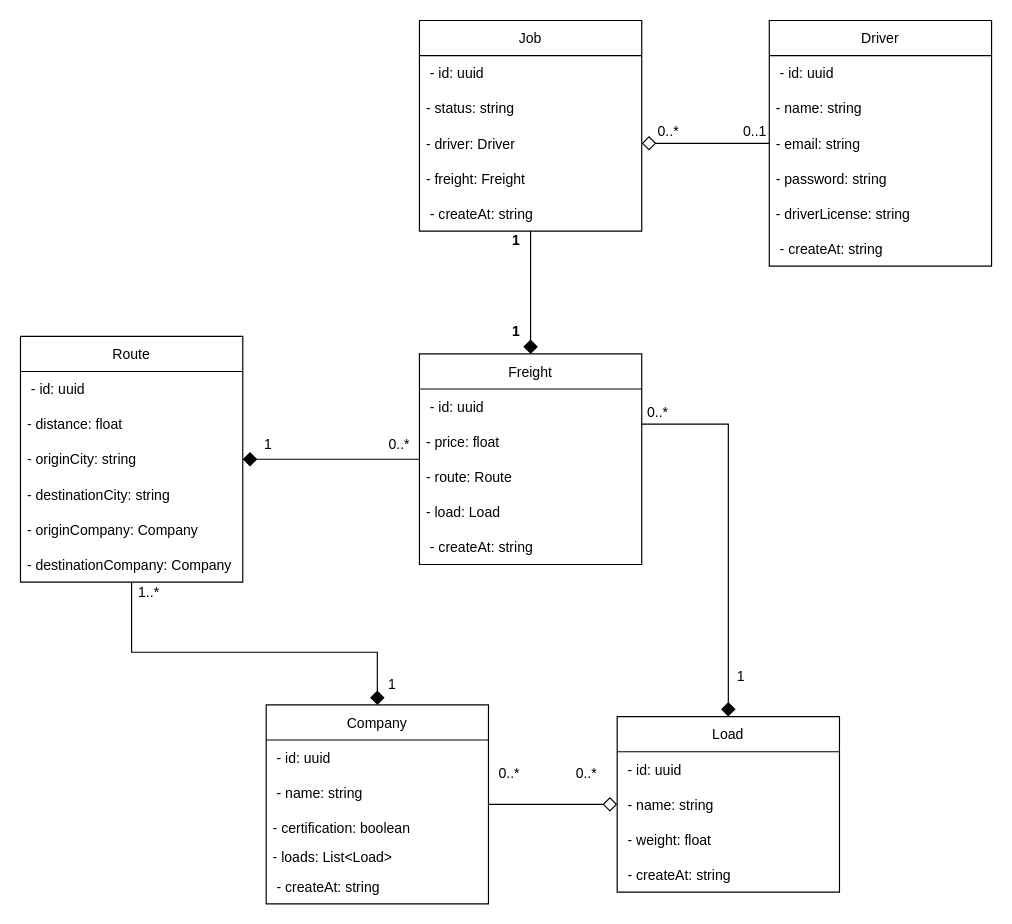
rafaelomodei/meufrete keeps this draw.io diagram as diagramaDeClasse-TecnologiaEmDesenvolvimentoDeSistemas.drawio. Above is the earlier version. Source tidied: cells renumbered, new cells numbered last; positions are measured from the earlier drawing's top-left corner, leaving out a move shared by most shapes. Both pictures are drawn from the tidied source at 117%, with x=0, y=0 at pixel (20, 20).
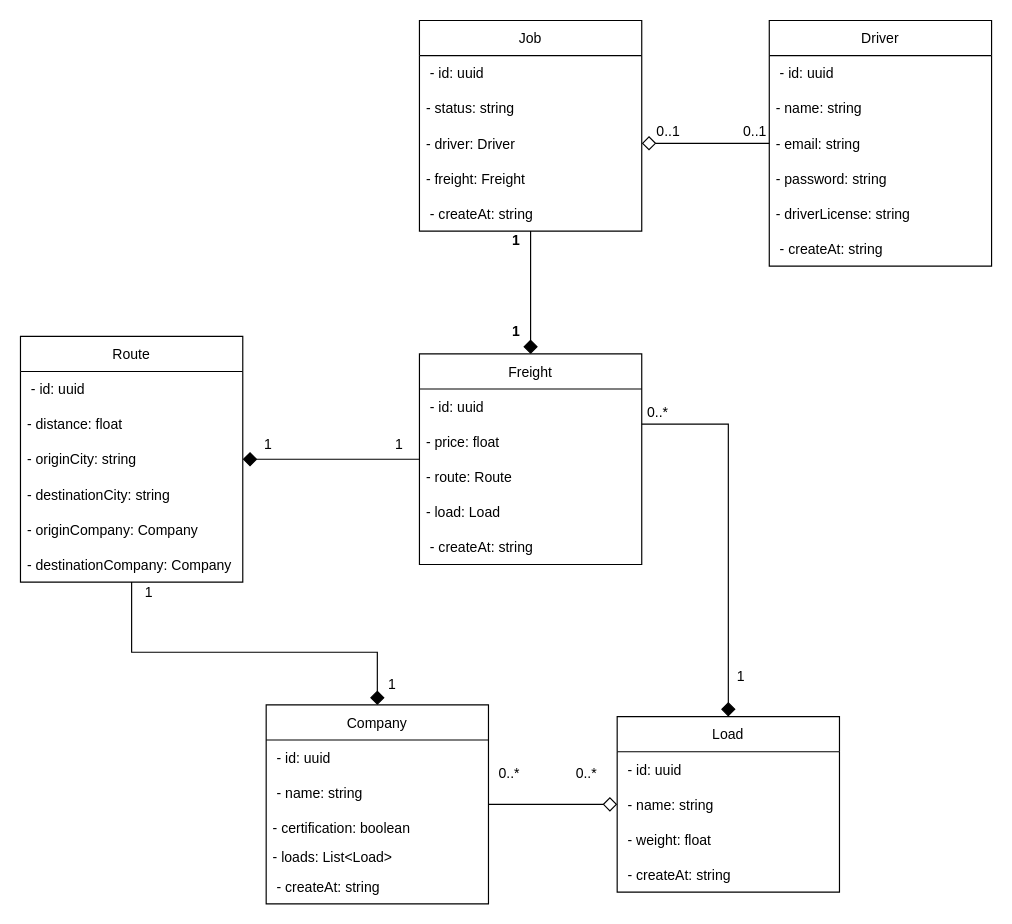
After the change.

Change to the diagram source:
```diff
@@
-    <mxCell id="46" value="0..*" style="text;html=1;strokeColor=none;fillColor=none;align=center;verticalAlign=middle;whiteSpace=wrap;rounded=0;" parent="1" vertex="1">
+    <mxCell id="46" value="1" style="text;html=1;strokeColor=none;fillColor=none;align=center;verticalAlign=middle;whiteSpace=wrap;rounded=0;" parent="1" vertex="1">
       <mxGeometry x="314" y="358" width="20" height="10" as="geometry" />
     </mxCell>
@@
-    <mxCell id="48" value="0..*" style="text;html=1;strokeColor=none;fillColor=none;align=center;verticalAlign=middle;whiteSpace=wrap;rounded=0;" parent="1" vertex="1">
+    <mxCell id="48" value="0..1" style="text;html=1;strokeColor=none;fillColor=none;align=center;verticalAlign=middle;whiteSpace=wrap;rounded=0;" parent="1" vertex="1">
       <mxGeometry x="544" y="90" width="20" height="10" as="geometry" />
     </mxCell>
@@
-    <mxCell id="54" value="1..*" style="text;html=1;strokeColor=none;fillColor=none;align=center;verticalAlign=middle;whiteSpace=wrap;rounded=0;" parent="1" vertex="1">
+    <mxCell id="54" value="1" style="text;html=1;strokeColor=none;fillColor=none;align=center;verticalAlign=middle;whiteSpace=wrap;rounded=0;" parent="1" vertex="1">
       <mxGeometry x="100" y="484" width="20" height="10" as="geometry" />
     </mxCell>
```
